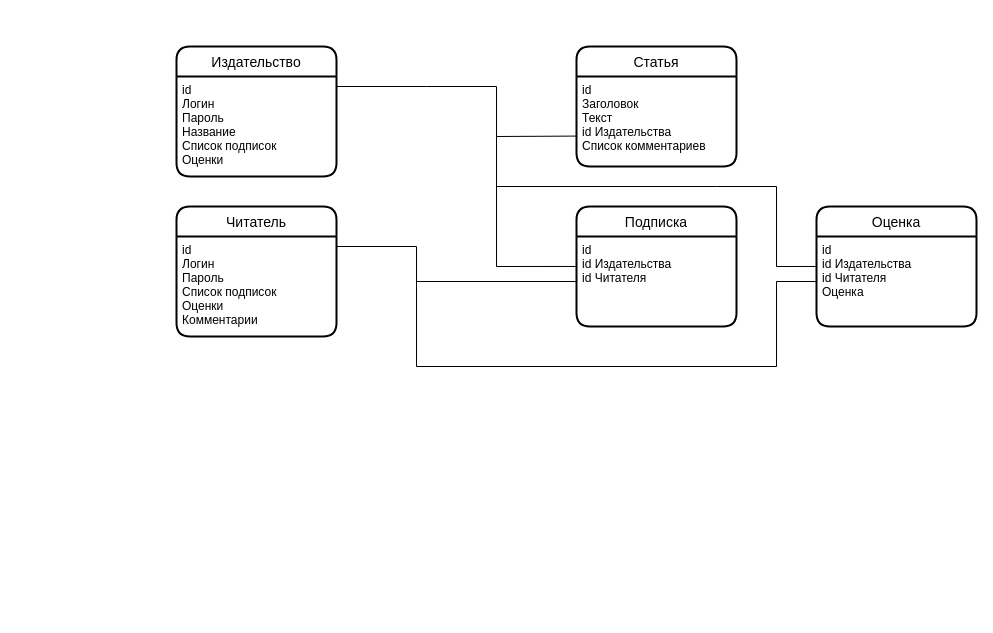
This is erd2.drawio from r0mpll/DataBase, a draw.io file, before an edit. Source tidied: cells renumbered, new cells numbered last; positions are measured from the earlier drawing's top-left corner, leaving out a move shared by most shapes. Both pictures are drawn from the tidied source at 100%, with x=0, y=0 at pixel (176, 46).
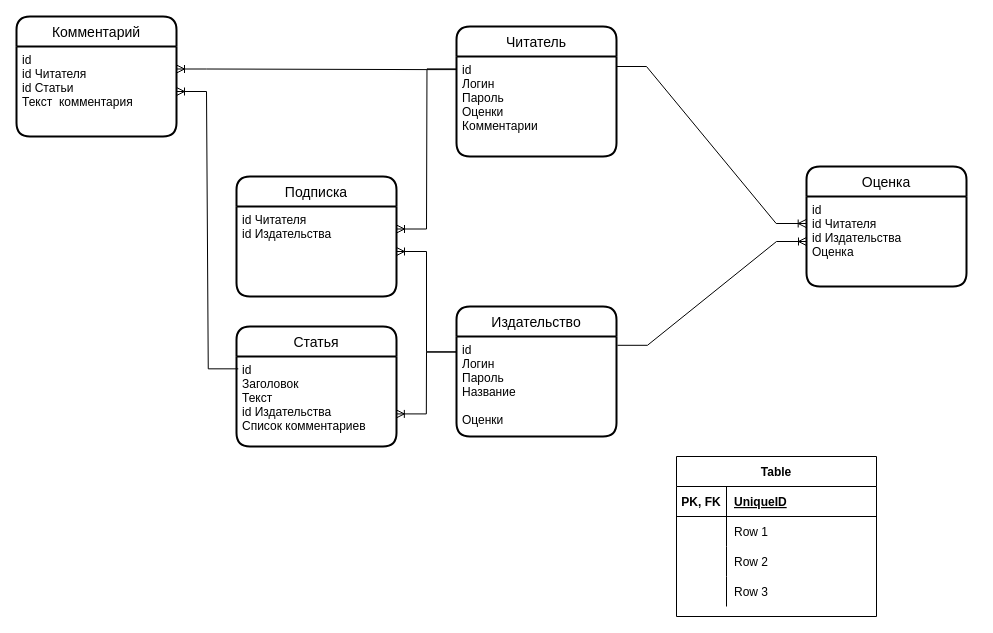
The same page after the edit.

Unchanged cells that the change refers to:
```xml
<mxCell id="6" value="id&#10;Заголовок&#10;Текст&#10;id Издательства&#10;Список комментариев" style="align=left;strokeColor=none;fillColor=none;spacingLeft=4;fontSize=12;verticalAlign=top;" parent="5" vertex="1">
  <mxGeometry y="30" width="160" height="90" as="geometry" />
</mxCell>
```

What changed in the source:
```diff
@@
     <mxCell id="2" value="Издательство" style="swimlane;horizontal=1;startSize=30;rounded=1;fontSize=14;fontStyle=0;strokeWidth=2;shadow=0;dashed=0;align=center;" parent="1" vertex="1">
-      <mxGeometry width="160" height="130" as="geometry" />
+      <mxGeometry x="280" y="260" width="160" height="130" as="geometry" />
     </mxCell>
-    <mxCell id="3" value="id&#10;Логин&#10;Пароль&#10;Название&#10;Список подписок&#10;Оценки&#10;" style="align=left;strokeColor=none;fillColor=none;spacingLeft=4;fontSize=12;verticalAlign=top;" parent="2" vertex="1">
+    <mxCell id="3" value="id&#10;Логин&#10;Пароль&#10;Название&#10;&#10;Оценки&#10;" style="align=left;strokeColor=none;fillColor=none;spacingLeft=4;fontSize=12;verticalAlign=top;" parent="2" vertex="1">
       <mxGeometry y="30" width="160" height="100" as="geometry" />
     </mxCell>
-    <mxCell id="4" style="endArrow=none;html=1;rounded=0;entryX=0;entryY=0.662;entryDx=0;entryDy=0;entryPerimeter=0;" parent="1" edge="1" target="6">
-      <mxGeometry relative="1" as="geometry">
-        <mxPoint x="160" y="40" as="sourcePoint" />
-        <Array as="points">
-          <mxPoint x="250" y="40" />
-          <mxPoint x="320" y="40" />
-          <mxPoint x="320" y="90" />
-        </Array>
-      </mxGeometry>
-    </mxCell>
     <mxCell id="5" value="Статья" style="swimlane;horizontal=1;startSize=30;rounded=1;fontSize=14;fontStyle=0;strokeWidth=2;shadow=0;dashed=0;align=center;" parent="1" vertex="1">
-      <mxGeometry x="400" width="160" height="120" as="geometry" />
+      <mxGeometry x="60" y="280" width="160" height="120" as="geometry" />
     </mxCell>
@@
     <mxCell id="7" value="Читатель" style="swimlane;horizontal=1;startSize=30;rounded=1;fontSize=14;fontStyle=0;strokeWidth=2;shadow=0;dashed=0;align=center;" parent="1" vertex="1">
-      <mxGeometry y="160" width="160" height="130" as="geometry" />
+      <mxGeometry x="280" y="-20" width="160" height="130" as="geometry" />
     </mxCell>
-    <mxCell id="8" value="id&#10;Логин&#10;Пароль&#10;Список подписок&#10;Оценки&#10;Комментарии" style="align=left;strokeColor=none;fillColor=none;spacingLeft=4;fontSize=12;verticalAlign=top;" parent="7" vertex="1">
+    <mxCell id="8" value="id&#10;Логин&#10;Пароль&#10;Оценки&#10;Комментарии" style="align=left;strokeColor=none;fillColor=none;spacingLeft=4;fontSize=12;verticalAlign=top;" parent="7" vertex="1">
       <mxGeometry y="30" width="160" height="100" as="geometry" />
     </mxCell>
     <mxCell id="9" value="Подписка" style="swimlane;horizontal=1;startSize=30;rounded=1;fontSize=14;fontStyle=0;strokeWidth=2;shadow=0;dashed=0;align=center;" parent="1" vertex="1">
-      <mxGeometry x="400" y="160" width="160" height="120" as="geometry" />
+      <mxGeometry x="60" y="130" width="160" height="120" as="geometry" />
     </mxCell>
-    <mxCell id="10" value="id&#10;id Издательства&#10;id Читателя" style="align=left;strokeColor=none;fillColor=none;spacingLeft=4;fontSize=12;verticalAlign=top;" parent="9" vertex="1">
+    <mxCell id="10" value="id Читателя&#10;id Издательства" style="align=left;strokeColor=none;fillColor=none;spacingLeft=4;fontSize=12;verticalAlign=top;" parent="9" vertex="1">
       <mxGeometry y="30" width="160" height="90" as="geometry" />
     </mxCell>
-    <mxCell id="11" style="endArrow=none;html=1;rounded=0;entryX=0;entryY=0.333;entryDx=0;entryDy=0;entryPerimeter=0;" parent="1" edge="1" target="10">
-      <mxGeometry relative="1" as="geometry">
-        <mxPoint x="320" y="90" as="sourcePoint" />
-        <Array as="points">
-          <mxPoint x="320" y="220" />
-        </Array>
-      </mxGeometry>
-    </mxCell>
     <mxCell id="12" value="Оценка" style="swimlane;horizontal=1;startSize=30;rounded=1;fontSize=14;fontStyle=0;strokeWidth=2;shadow=0;dashed=0;align=center;" parent="1" vertex="1">
-      <mxGeometry x="640" y="160" width="160" height="120" as="geometry" />
+      <mxGeometry x="630" y="120" width="160" height="120" as="geometry" />
     </mxCell>
-    <mxCell id="13" value="id&#10;id Издательства&#10;id Читателя&#10;Оценка" style="align=left;strokeColor=none;fillColor=none;spacingLeft=4;fontSize=12;verticalAlign=top;" parent="12" vertex="1">
+    <mxCell id="13" value="id&#10;id Читателя&#10;id Издательства&#10;Оценка" style="align=left;strokeColor=none;fillColor=none;spacingLeft=4;fontSize=12;verticalAlign=top;" parent="12" vertex="1">
       <mxGeometry y="30" width="160" height="90" as="geometry" />
     </mxCell>
-    <mxCell id="14" style="endArrow=none;html=1;rounded=0;entryX=0;entryY=0.5;entryDx=0;entryDy=0;" parent="1" edge="1" target="10">
-      <mxGeometry relative="1" as="geometry">
-        <mxPoint x="160" y="200" as="sourcePoint" />
-        <Array as="points">
-          <mxPoint x="240" y="200" />
-          <mxPoint x="240" y="235" />
-        </Array>
-      </mxGeometry>
-    </mxCell>
-    <mxCell id="15" style="endArrow=none;html=1;rounded=0;entryX=-0.002;entryY=0.333;entryDx=0;entryDy=0;entryPerimeter=0;" parent="1" edge="1" target="13">
-      <mxGeometry relative="1" as="geometry">
-        <mxPoint x="320" y="140" as="sourcePoint" />
-        <Array as="points">
-          <mxPoint x="540" y="140" />
-          <mxPoint x="600" y="140" />
-          <mxPoint x="600" y="220" />
-        </Array>
-      </mxGeometry>
-    </mxCell>
-    <mxCell id="16" style="endArrow=none;html=1;rounded=0;entryX=0;entryY=0.5;entryDx=0;entryDy=0;" parent="1" edge="1" target="13">
-      <mxGeometry relative="1" as="geometry">
-        <mxPoint x="240" y="230" as="sourcePoint" />
-        <Array as="points">
-          <mxPoint x="240" y="320" />
-          <mxPoint x="600" y="320" />
-          <mxPoint x="600" y="235" />
-        </Array>
-      </mxGeometry>
-    </mxCell>
+    <mxCell id="17" value="Комментарий" style="swimlane;horizontal=1;startSize=30;rounded=1;fontSize=14;fontStyle=0;strokeWidth=2;shadow=0;dashed=0;align=center;" parent="1" vertex="1">
+      <mxGeometry x="-160" y="-30" width="160" height="120" as="geometry" />
+    </mxCell>
+    <mxCell id="18" value="id&#10;id Читателя&#10;id Статьи&#10;Текст  комментария" style="align=left;strokeColor=none;fillColor=none;spacingLeft=4;fontSize=12;verticalAlign=top;" parent="17" vertex="1">
+      <mxGeometry y="30" width="160" height="90" as="geometry" />
+    </mxCell>
+    <mxCell id="19" style="edgeStyle=entityRelationEdgeStyle;fontSize=12;html=1;endArrow=ERoneToMany;rounded=0;entryX=0.999;entryY=0.638;entryDx=0;entryDy=0;entryPerimeter=0;exitX=0;exitY=0.156;exitDx=0;exitDy=0;exitPerimeter=0;" parent="1" edge="1" source="3" target="6">
+      <mxGeometry relative="1" as="geometry" />
+    </mxCell>
+    <mxCell id="20" style="edgeStyle=entityRelationEdgeStyle;fontSize=12;html=1;endArrow=ERoneToMany;rounded=0;exitX=0.003;exitY=0.124;exitDx=0;exitDy=0;exitPerimeter=0;entryX=1;entryY=0.25;entryDx=0;entryDy=0;" parent="1" edge="1" source="8" target="10">
+      <mxGeometry relative="1" as="geometry" />
+    </mxCell>
+    <mxCell id="21" style="edgeStyle=entityRelationEdgeStyle;fontSize=12;html=1;endArrow=ERoneToMany;rounded=0;exitX=0;exitY=0.153;exitDx=0;exitDy=0;exitPerimeter=0;entryX=1;entryY=0.5;entryDx=0;entryDy=0;" parent="1" edge="1" source="3" target="10">
+      <mxGeometry relative="1" as="geometry" />
+    </mxCell>
+    <mxCell id="22" style="edgeStyle=entityRelationEdgeStyle;fontSize=12;html=1;endArrow=ERoneToMany;rounded=0;entryX=0;entryY=0.5;entryDx=0;entryDy=0;exitX=1.006;exitY=0.088;exitDx=0;exitDy=0;exitPerimeter=0;" parent="1" edge="1" source="3" target="13">
+      <mxGeometry relative="1" as="geometry" />
+    </mxCell>
+    <mxCell id="23" style="edgeStyle=entityRelationEdgeStyle;fontSize=12;html=1;endArrow=ERoneToMany;rounded=0;exitX=1;exitY=0.1;exitDx=0;exitDy=0;exitPerimeter=0;entryX=-0.002;entryY=0.3;entryDx=0;entryDy=0;entryPerimeter=0;" parent="1" edge="1" source="8" target="13">
+      <mxGeometry relative="1" as="geometry" />
+    </mxCell>
+    <mxCell id="24" style="edgeStyle=entityRelationEdgeStyle;fontSize=12;html=1;endArrow=ERoneToMany;rounded=0;entryX=1;entryY=0.5;entryDx=0;entryDy=0;exitX=0.011;exitY=0.137;exitDx=0;exitDy=0;exitPerimeter=0;" parent="1" edge="1" source="6" target="18">
+      <mxGeometry relative="1" as="geometry" />
+    </mxCell>
+    <mxCell id="25" style="edgeStyle=entityRelationEdgeStyle;fontSize=12;html=1;endArrow=ERoneToMany;rounded=0;entryX=1;entryY=0.25;entryDx=0;entryDy=0;exitX=-0.002;exitY=0.131;exitDx=0;exitDy=0;exitPerimeter=0;" parent="1" edge="1" source="8" target="18">
+      <mxGeometry relative="1" as="geometry" />
+    </mxCell>
+    <mxCell id="26" value="Table" style="shape=table;startSize=30;childLayout=tableLayout;rowLines=0;fontStyle=1;align=center;" parent="1" vertex="1">
+      <mxGeometry x="500" y="410" width="200" height="160" as="geometry" />
+    </mxCell>
+    <mxCell id="27" style="shape=tableRow;horizontal=0;startSize=0;swimlaneHead=0;swimlaneBody=0;fillColor=none;top=0;left=0;right=0;bottom=1;" parent="26" vertex="1">
+      <mxGeometry y="30" width="200" height="30" as="geometry" />
+    </mxCell>
+    <mxCell id="28" value="PK, FK" style="shape=partialRectangle;fillColor=none;top=0;left=0;bottom=0;right=0;fontStyle=1;overflow=hidden;" parent="27" vertex="1">
+      <mxGeometry width="50" height="30" as="geometry" />
+    </mxCell>
+    <mxCell id="29" value="UniqueID" style="shape=partialRectangle;fillColor=none;top=0;left=0;bottom=0;right=0;align=left;spacingLeft=6;fontStyle=5;overflow=hidden;" parent="27" vertex="1">
+      <mxGeometry x="50" width="150" height="30" as="geometry" />
+    </mxCell>
+    <mxCell id="30" style="shape=tableRow;horizontal=0;startSize=0;swimlaneHead=0;swimlaneBody=0;fillColor=none;top=0;left=0;right=0;bottom=0;" parent="26" vertex="1">
+      <mxGeometry y="60" width="200" height="30" as="geometry" />
+    </mxCell>
+    <mxCell id="31" style="shape=partialRectangle;fillColor=none;top=0;left=0;bottom=0;right=0;overflow=hidden;" parent="30" vertex="1">
+      <mxGeometry width="50" height="30" as="geometry" />
+    </mxCell>
+    <mxCell id="32" value="Row 1" style="shape=partialRectangle;fillColor=none;top=0;left=0;bottom=0;right=0;align=left;spacingLeft=6;overflow=hidden;" parent="30" vertex="1">
+      <mxGeometry x="50" width="150" height="30" as="geometry" />
+    </mxCell>
+    <mxCell id="33" style="shape=tableRow;horizontal=0;startSize=0;swimlaneHead=0;swimlaneBody=0;fillColor=none;top=0;left=0;right=0;bottom=0;" parent="26" vertex="1">
+      <mxGeometry y="90" width="200" height="30" as="geometry" />
+    </mxCell>
+    <mxCell id="34" style="shape=partialRectangle;fillColor=none;top=0;left=0;bottom=0;right=0;overflow=hidden;" parent="33" vertex="1">
+      <mxGeometry width="50" height="30" as="geometry" />
+    </mxCell>
+    <mxCell id="35" value="Row 2" style="shape=partialRectangle;fillColor=none;top=0;left=0;bottom=0;right=0;align=left;spacingLeft=6;overflow=hidden;" parent="33" vertex="1">
+      <mxGeometry x="50" width="150" height="30" as="geometry" />
+    </mxCell>
+    <mxCell id="36" style="shape=tableRow;horizontal=0;startSize=0;swimlaneHead=0;swimlaneBody=0;fillColor=none;top=0;left=0;right=0;bottom=0;" parent="26" vertex="1">
+      <mxGeometry y="120" width="200" height="30" as="geometry" />
+    </mxCell>
+    <mxCell id="37" style="shape=partialRectangle;fillColor=none;top=0;left=0;bottom=0;right=0;overflow=hidden;" parent="36" vertex="1">
+      <mxGeometry width="50" height="30" as="geometry" />
+    </mxCell>
+    <mxCell id="38" value="Row 3" style="shape=partialRectangle;fillColor=none;top=0;left=0;bottom=0;right=0;align=left;spacingLeft=6;overflow=hidden;" parent="36" vertex="1">
+      <mxGeometry x="50" width="150" height="30" as="geometry" />
+    </mxCell>
```
